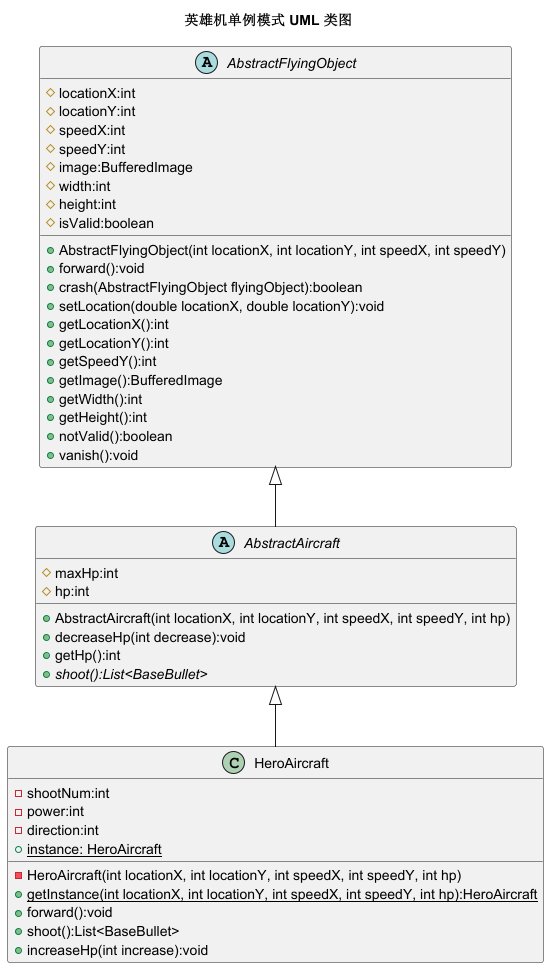
The PlantUML diagram uml/single-pattern.png in SorenZhang574/AircraftWar, before a commit. The source it was exported from:
```plantuml
@startuml

title 英雄机单例模式 UML 类图

abstract class AbstractFlyingObject
{
    # locationX:int
    # locationY:int
    # speedX:int
    # speedY:int
    # image:BufferedImage
    # width:int
    # height:int
    # isValid:boolean

    + AbstractFlyingObject(int locationX, int locationY, int speedX, int speedY)
    + forward():void
    + crash(AbstractFlyingObject flyingObject):boolean
    + setLocation(double locationX, double locationY):void
    + getLocationX():int
    + getLocationY():int
    + getSpeedY():int
    + getImage():BufferedImage
    + getWidth():int
    + getHeight():int
    + notValid():boolean
    + vanish():void
}

abstract class AbstractAircraft
{
	# maxHp:int
    # hp:int
    + AbstractAircraft(int locationX, int locationY, int speedX, int speedY, int hp)
    + decreaseHp(int decrease):void
    + getHp():int
    + {abstract} shoot():List<BaseBullet>
}

class HeroAircraft {
    - shootNum:int
    - power:int
    - direction:int
    + {static} instance: HeroAircraft
    - HeroAircraft(int locationX, int locationY, int speedX, int speedY, int hp)
    + {static} getInstance(int locationX, int locationY, int speedX, int speedY, int hp):HeroAircraft
    + forward():void
    + shoot():List<BaseBullet>
    + increaseHp(int increase):void
}

AbstractFlyingObject <|-- AbstractAircraft
AbstractAircraft <|-- HeroAircraft

@enduml
```
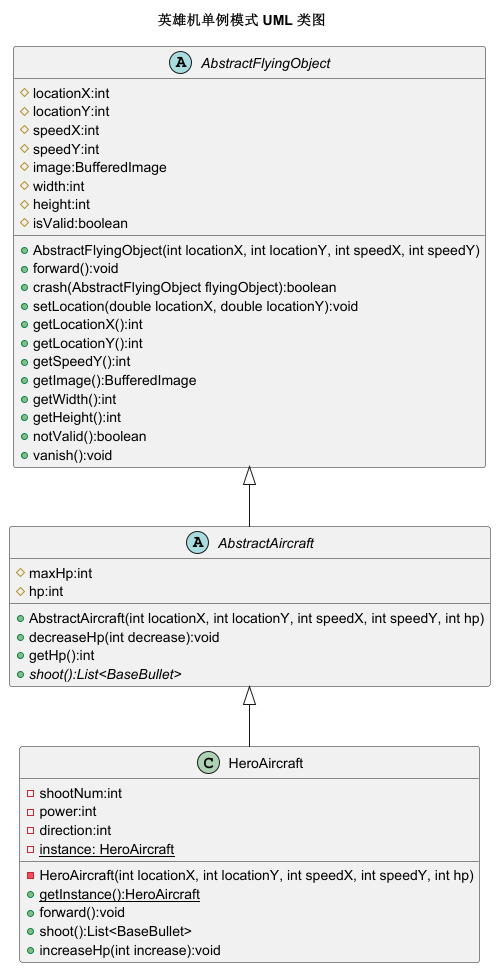
Later version of the same file.

The edit, as a diff of the source:
```diff
@@ -41,9 +41,9 @@
     - shootNum:int
     - power:int
     - direction:int
-    + {static} instance: HeroAircraft
+    - {static} instance: HeroAircraft
     - HeroAircraft(int locationX, int locationY, int speedX, int speedY, int hp)
-    + {static} getInstance(int locationX, int locationY, int speedX, int speedY, int hp):HeroAircraft
+    + {static} getInstance():HeroAircraft
     + forward():void
     + shoot():List<BaseBullet>
     + increaseHp(int increase):void
```
